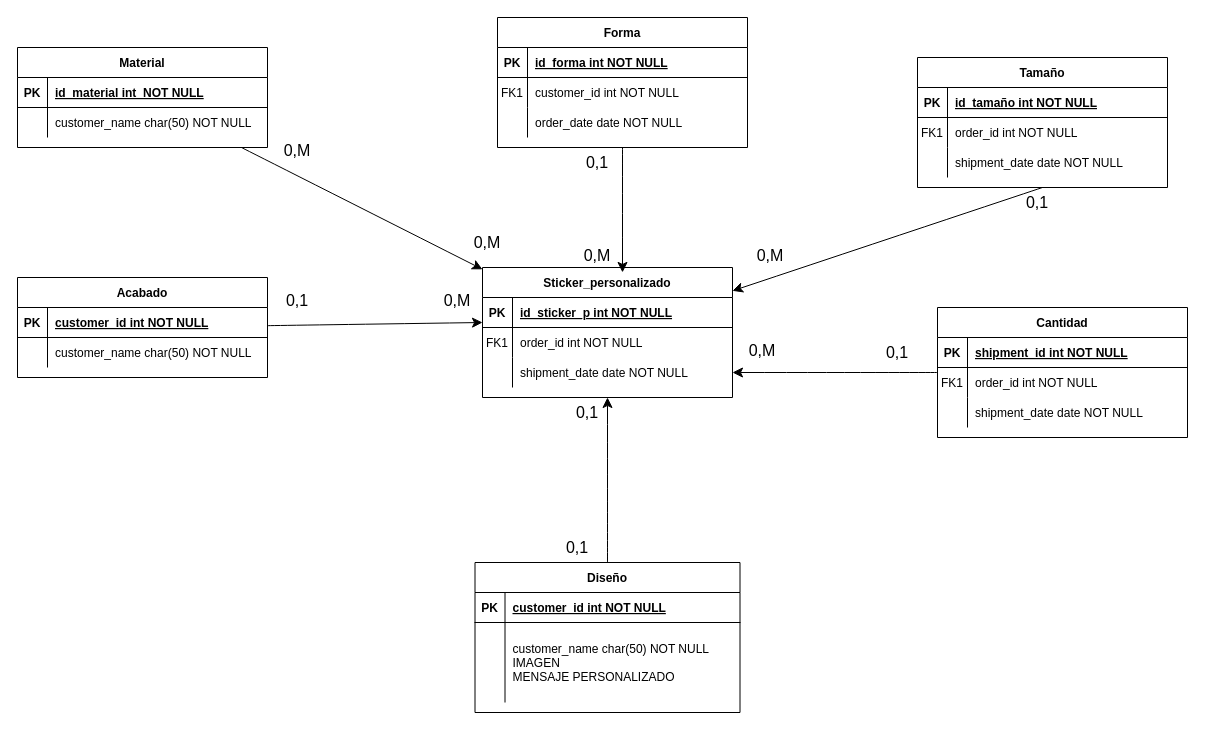
Earlier version of the draw.io diagram Diagrama sin título.drawio (nayrariosaguilar/OdooStickerModule). Source tidied: cells renumbered, new cells numbered last; positions are measured from the earlier drawing's top-left corner, leaving out a move shared by most shapes. Both pictures are drawn from the tidied source at 100%, with x=0, y=0 at pixel (17, 17).
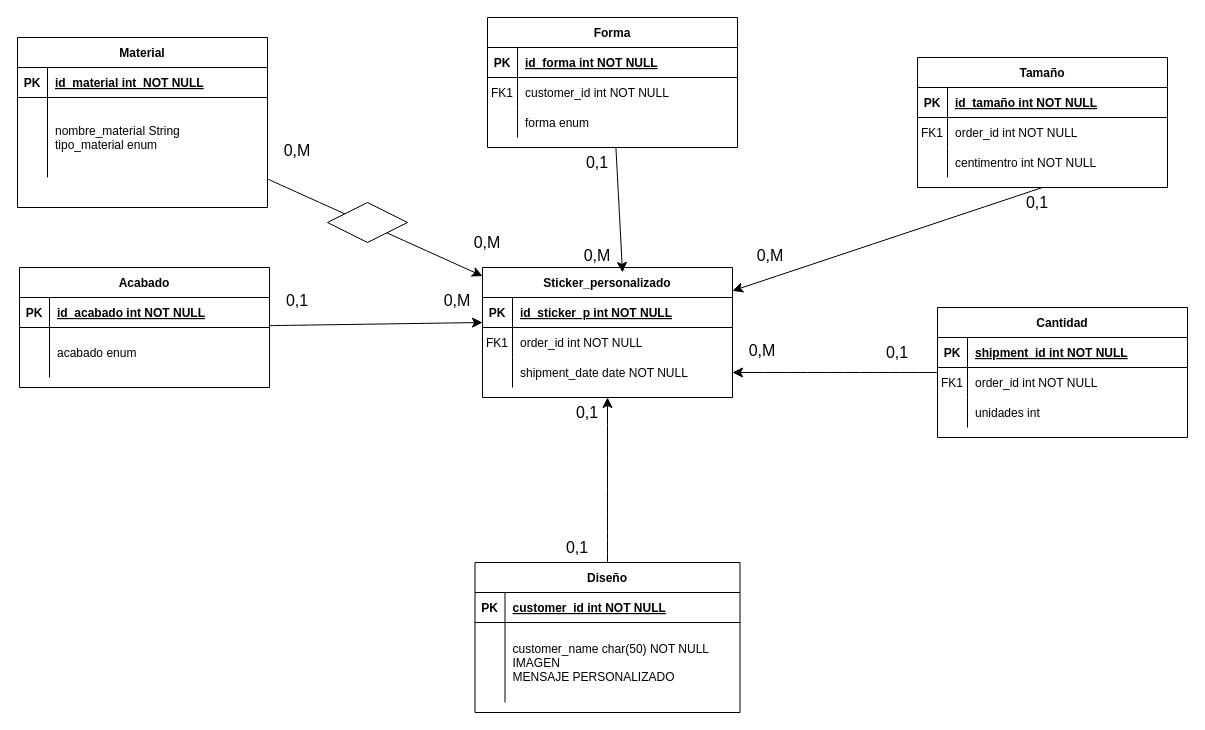
Above is the later version.

The change refers to these unchanged cells:
```xml
<mxCell id="9" style="shape=partialRectangle;fillColor=none;top=0;left=0;right=0;bottom=0;" parent="2" vertex="1">
  <mxGeometry y="90" width="250" height="30" as="geometry" />
</mxCell>
<mxCell id="19" style="shape=partialRectangle;fillColor=none;top=0;left=0;right=0;bottom=0;" parent="12" vertex="1">
  <mxGeometry y="90" width="250" height="30" as="geometry" />
</mxCell>
<mxCell id="31" style="shape=partialRectangle;fillColor=none;top=0;left=0;right=0;bottom=1;" parent="30" vertex="1">
  <mxGeometry y="30" width="250" height="30" as="geometry" />
</mxCell>
<mxCell id="45" style="shape=partialRectangle;fillColor=none;top=0;left=0;right=0;bottom=0;" parent="38" vertex="1">
  <mxGeometry y="90" width="250" height="30" as="geometry" />
</mxCell>
```

Diff of the diagram source:
```diff
@@
     <mxCell id="2" value="Forma" style="shape=table;startSize=30;childLayout=tableLayout;rowLines=0;fontStyle=1;align=center;" parent="1" vertex="1">
-      <mxGeometry x="480" width="250" height="130" as="geometry" />
+      <mxGeometry x="470" width="250" height="130" as="geometry" />
     </mxCell>
@@
-    <mxCell id="11" value="order_date date NOT NULL" style="shape=partialRectangle;overflow=hidden;fillColor=none;top=0;left=0;bottom=0;right=0;align=left;spacingLeft=6;" parent="9" vertex="1">
+    <mxCell id="11" value="forma enum" style="shape=partialRectangle;overflow=hidden;fillColor=none;top=0;left=0;bottom=0;right=0;align=left;spacingLeft=6;" parent="9" vertex="1">
       <mxGeometry x="30" width="220" height="30" as="geometry" />
     </mxCell>
@@
-    <mxCell id="21" value="shipment_date date NOT NULL" style="shape=partialRectangle;overflow=hidden;fillColor=none;top=0;left=0;bottom=0;right=0;align=left;spacingLeft=6;" parent="19" vertex="1">
+    <mxCell id="21" value="centimentro int NOT NULL" style="shape=partialRectangle;overflow=hidden;fillColor=none;top=0;left=0;bottom=0;right=0;align=left;spacingLeft=6;" parent="19" vertex="1">
       <mxGeometry x="30" width="220" height="30" as="geometry" />
     </mxCell>
@@
     <mxCell id="23" value="Material" style="shape=table;startSize=30;childLayout=tableLayout;rowLines=0;fontStyle=1;align=center;" parent="1" vertex="1">
-      <mxGeometry y="30" width="250" height="100" as="geometry" />
+      <mxGeometry y="20" width="250" height="170" as="geometry" />
     </mxCell>
@@
     <mxCell id="27" style="shape=partialRectangle;fillColor=none;top=0;left=0;right=0;bottom=0;" parent="23" vertex="1">
-      <mxGeometry y="60" width="250" height="30" as="geometry" />
+      <mxGeometry y="60" width="250" height="80" as="geometry" />
     </mxCell>
     <mxCell id="28" style="shape=partialRectangle;overflow=hidden;fillColor=none;top=0;left=0;bottom=0;right=0;" parent="27" vertex="1">
-      <mxGeometry width="30" height="30" as="geometry" />
+      <mxGeometry width="30" height="80" as="geometry" />
     </mxCell>
-    <mxCell id="29" value="customer_name char(50) NOT NULL" style="shape=partialRectangle;overflow=hidden;fillColor=none;top=0;left=0;bottom=0;right=0;align=left;spacingLeft=6;" parent="27" vertex="1">
-      <mxGeometry x="30" width="220" height="30" as="geometry" />
+    <mxCell id="29" value="nombre_material String&#10;tipo_material enum" style="shape=partialRectangle;overflow=hidden;fillColor=none;top=0;left=0;bottom=0;right=0;align=left;spacingLeft=6;" parent="27" vertex="1">
+      <mxGeometry x="30" width="220" height="80" as="geometry" />
     </mxCell>
     <mxCell id="30" value="Acabado" style="shape=table;startSize=30;childLayout=tableLayout;rowLines=0;fontStyle=1;align=center;" parent="1" vertex="1">
-      <mxGeometry y="260" width="250" height="100" as="geometry" />
+      <mxGeometry x="2" y="250" width="250" height="120" as="geometry" />
     </mxCell>
@@
-    <mxCell id="33" value="customer_id int NOT NULL " style="shape=partialRectangle;overflow=hidden;fillColor=none;top=0;left=0;bottom=0;right=0;align=left;spacingLeft=6;fontStyle=5;" parent="31" vertex="1">
+    <mxCell id="33" value="id_acabado int NOT NULL " style="shape=partialRectangle;overflow=hidden;fillColor=none;top=0;left=0;bottom=0;right=0;align=left;spacingLeft=6;fontStyle=5;" parent="31" vertex="1">
       <mxGeometry x="30" width="220" height="30" as="geometry" />
     </mxCell>
     <mxCell id="34" style="shape=partialRectangle;fillColor=none;top=0;left=0;right=0;bottom=0;" parent="30" vertex="1">
-      <mxGeometry y="60" width="250" height="30" as="geometry" />
+      <mxGeometry y="60" width="250" height="50" as="geometry" />
     </mxCell>
     <mxCell id="35" style="shape=partialRectangle;overflow=hidden;fillColor=none;top=0;left=0;bottom=0;right=0;" parent="34" vertex="1">
-      <mxGeometry width="30" height="30" as="geometry" />
+      <mxGeometry width="30" height="50" as="geometry" />
     </mxCell>
-    <mxCell id="36" value="customer_name char(50) NOT NULL" style="shape=partialRectangle;overflow=hidden;fillColor=none;top=0;left=0;bottom=0;right=0;align=left;spacingLeft=6;" parent="34" vertex="1">
-      <mxGeometry x="30" width="220" height="30" as="geometry" />
+    <mxCell id="36" value="acabado enum" style="shape=partialRectangle;overflow=hidden;fillColor=none;top=0;left=0;bottom=0;right=0;align=left;spacingLeft=6;" parent="34" vertex="1">
+      <mxGeometry x="30" width="220" height="50" as="geometry" />
     </mxCell>
@@
-    <mxCell id="47" value="shipment_date date NOT NULL" style="shape=partialRectangle;overflow=hidden;fillColor=none;top=0;left=0;bottom=0;right=0;align=left;spacingLeft=6;" parent="45" vertex="1">
+    <mxCell id="47" value="unidades int" style="shape=partialRectangle;overflow=hidden;fillColor=none;top=0;left=0;bottom=0;right=0;align=left;spacingLeft=6;" parent="45" vertex="1">
       <mxGeometry x="30" width="220" height="30" as="geometry" />
     </mxCell>
@@
+    <mxCell id="81" style="rhombus;whiteSpace=wrap;html=1;" parent="1" vertex="1">
+      <mxGeometry x="310" y="185" width="80" height="40" as="geometry" />
+    </mxCell>
```
